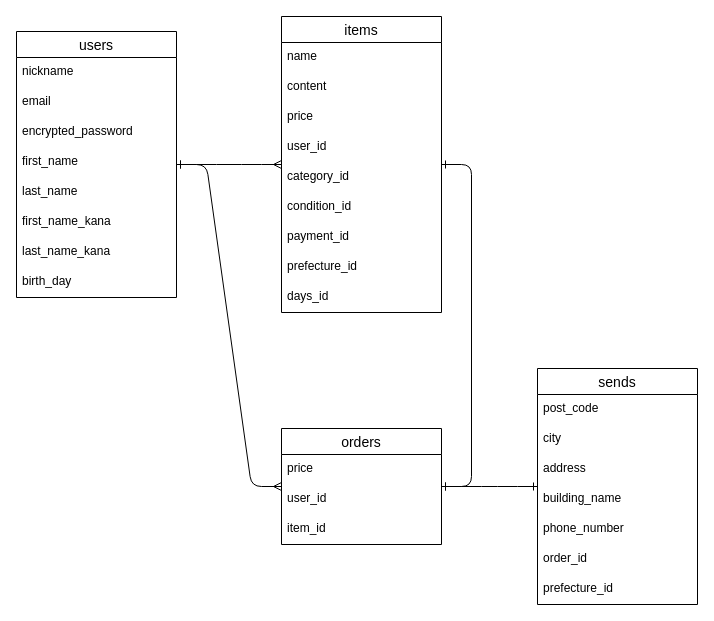
This is ER.dio from ryutanishioka/furima-37924, a draw.io file, before an edit. Source tidied: cells renumbered, new cells numbered last; positions are measured from the earlier drawing's top-left corner, leaving out a move shared by most shapes. Both pictures are drawn from the tidied source at 100%, with x=0, y=0 at pixel (16, 16).
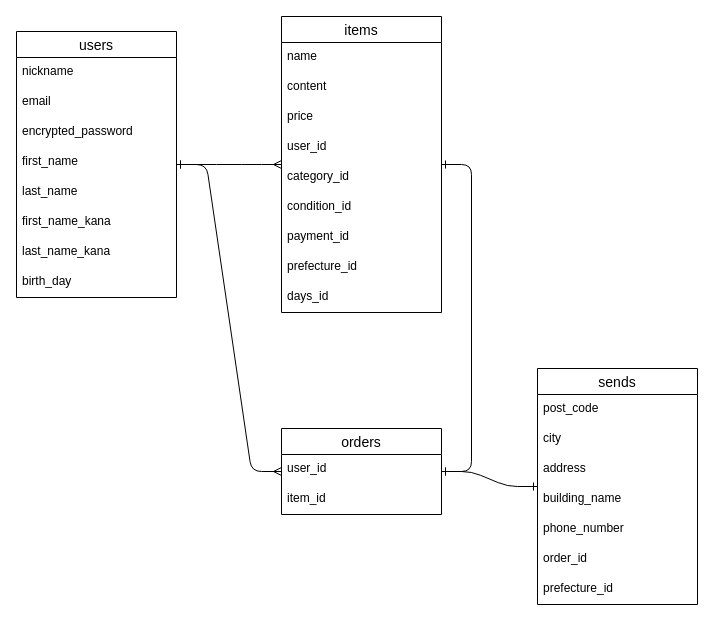
After the change.

Commit message (it also covers changes not shown here):
REMADE/ER図再修正

Diff of the diagram source:
```diff
@@
     <mxCell id="21" value="orders" style="swimlane;fontStyle=0;horizontal=1;startSize=26;align=center;fontSize=14;" parent="1" vertex="1">
-      <mxGeometry x="265" y="412" width="160" height="116" as="geometry" />
+      <mxGeometry x="265" y="412" width="160" height="86" as="geometry" />
     </mxCell>
-    <mxCell id="22" value="price" style="text;strokeColor=none;fillColor=none;spacingLeft=4;spacingRight=4;overflow=hidden;fontSize=12;" parent="21" vertex="1">
-      <mxGeometry y="26" width="160" height="30" as="geometry" />
-    </mxCell>
     <mxCell id="23" value="user_id" style="text;strokeColor=none;fillColor=none;spacingLeft=4;spacingRight=4;overflow=hidden;fontSize=12;" parent="21" vertex="1">
-      <mxGeometry y="56" width="160" height="30" as="geometry" />
+      <mxGeometry y="26" width="160" height="30" as="geometry" />
     </mxCell>
     <mxCell id="24" value="item_id" style="text;strokeColor=none;fillColor=none;spacingLeft=4;spacingRight=4;overflow=hidden;fontSize=12;" parent="21" vertex="1">
-      <mxGeometry y="86" width="160" height="30" as="geometry" />
+      <mxGeometry y="56" width="160" height="30" as="geometry" />
     </mxCell>
```
